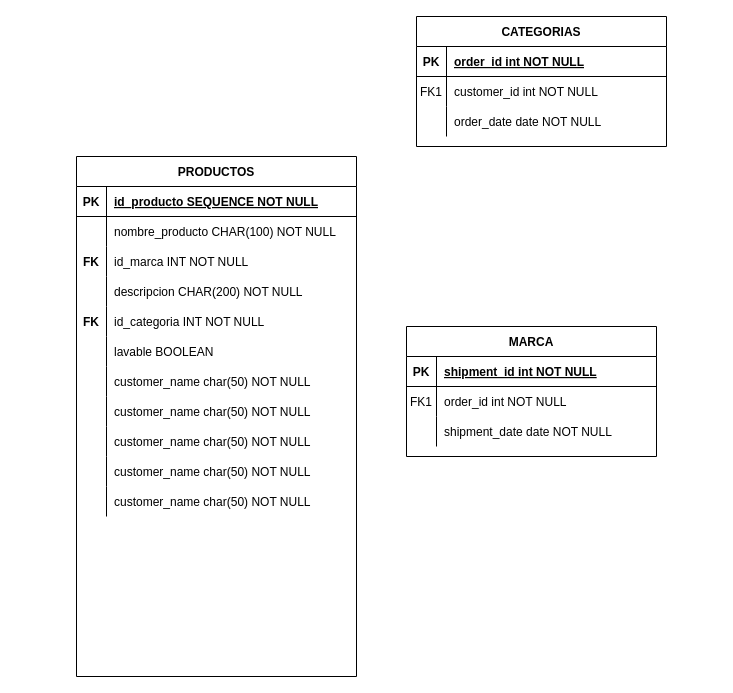
Above: DALU_ER_DB.drawio in Baer09/Dalu (draw.io), before the change. Source tidied: cells renumbered, new cells numbered last; positions are measured from the earlier drawing's top-left corner, leaving out a move shared by most shapes. Both pictures are drawn from the tidied source at 100%, with x=0, y=0 at pixel (76, 16).
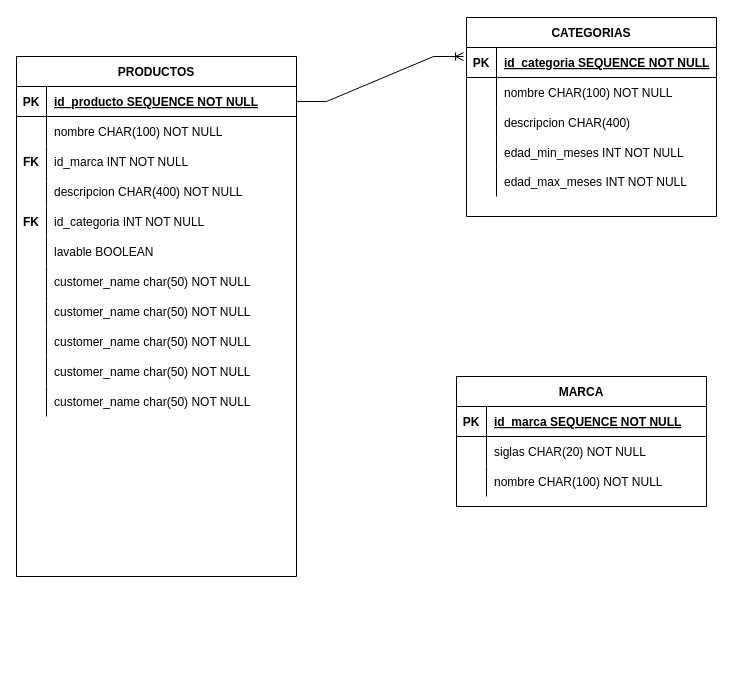
Above is the later version.

Unchanged cells that the change refers to:
```xml
<mxCell id="3" style="shape=partialRectangle;fillColor=none;points=[[0,0.5],[1,0.5]];portConstraint=eastwest;top=0;left=0;right=0;bottom=1;" parent="2" vertex="1">
  <mxGeometry y="30" width="250" height="30" as="geometry" />
</mxCell>
<mxCell id="6" style="shape=partialRectangle;fillColor=none;top=0;left=0;right=0;bottom=0;" parent="2" vertex="1">
  <mxGeometry y="60" width="250" height="30" as="geometry" />
</mxCell>
<mxCell id="9" style="shape=partialRectangle;fillColor=none;top=0;left=0;right=0;bottom=0;" parent="2" vertex="1">
  <mxGeometry y="90" width="250" height="30" as="geometry" />
</mxCell>
<mxCell id="13" style="shape=partialRectangle;fillColor=none;top=0;left=0;right=0;bottom=1;" parent="12" vertex="1">
  <mxGeometry y="30" width="250" height="30" as="geometry" />
</mxCell>
<mxCell id="16" style="shape=partialRectangle;fillColor=none;top=0;left=0;right=0;bottom=0;" parent="12" vertex="1">
  <mxGeometry y="60" width="250" height="30" as="geometry" />
</mxCell>
<mxCell id="19" style="shape=partialRectangle;fillColor=none;top=0;left=0;right=0;bottom=0;" parent="12" vertex="1">
  <mxGeometry y="90" width="250" height="30" as="geometry" />
</mxCell>
<mxCell id="23" style="shape=partialRectangle;fillColor=none;points=[[0,0.5],[1,0.5]];portConstraint=eastwest;top=0;left=0;right=0;bottom=1;" parent="22" vertex="1">
  <mxGeometry y="30" width="280" height="30" as="geometry" />
</mxCell>
<mxCell id="26" style="shape=partialRectangle;fillColor=none;top=0;left=0;right=0;bottom=0;" parent="22" vertex="1">
  <mxGeometry y="60" width="280" height="30" as="geometry" />
</mxCell>
<mxCell id="32" style="shape=partialRectangle;fillColor=none;top=0;left=0;right=0;bottom=0;" parent="22" vertex="1">
  <mxGeometry y="120" width="280" height="30" as="geometry" />
</mxCell>
```

Change to the diagram source:
```diff
@@
     <mxCell id="2" value="CATEGORIAS" style="shape=table;startSize=30;childLayout=tableLayout;rowLines=0;fontStyle=1;align=center;" parent="1" vertex="1">
-      <mxGeometry x="340" width="250" height="130" as="geometry" />
+      <mxGeometry x="390" y="1" width="250" height="199" as="geometry" />
     </mxCell>
@@
-    <mxCell id="5" value="order_id int NOT NULL " style="shape=partialRectangle;overflow=hidden;fillColor=none;top=0;left=0;bottom=0;right=0;align=left;spacingLeft=6;fontStyle=5;" parent="3" vertex="1">
+    <mxCell id="5" value="id_categoria SEQUENCE NOT NULL" style="shape=partialRectangle;overflow=hidden;fillColor=none;top=0;left=0;bottom=0;right=0;align=left;spacingLeft=6;fontStyle=5;" parent="3" vertex="1">
       <mxGeometry x="30" width="220" height="30" as="geometry" />
     </mxCell>
@@
-    <mxCell id="7" value="FK1" style="shape=partialRectangle;overflow=hidden;fillColor=none;top=0;left=0;bottom=0;right=0;" parent="6" vertex="1">
+    <mxCell id="7" style="shape=partialRectangle;overflow=hidden;fillColor=none;top=0;left=0;bottom=0;right=0;" parent="6" vertex="1">
       <mxGeometry width="30" height="30" as="geometry" />
     </mxCell>
-    <mxCell id="8" value="customer_id int NOT NULL" style="shape=partialRectangle;overflow=hidden;fillColor=none;top=0;left=0;bottom=0;right=0;align=left;spacingLeft=6;" parent="6" vertex="1">
+    <mxCell id="8" value="nombre CHAR(100) NOT NULL" style="shape=partialRectangle;overflow=hidden;fillColor=none;top=0;left=0;bottom=0;right=0;align=left;spacingLeft=6;" parent="6" vertex="1">
       <mxGeometry x="30" width="220" height="30" as="geometry" />
     </mxCell>
@@
-    <mxCell id="11" value="order_date date NOT NULL" style="shape=partialRectangle;overflow=hidden;fillColor=none;top=0;left=0;bottom=0;right=0;align=left;spacingLeft=6;" parent="9" vertex="1">
+    <mxCell id="11" value="descripcion CHAR(400)" style="shape=partialRectangle;overflow=hidden;fillColor=none;top=0;left=0;bottom=0;right=0;align=left;spacingLeft=6;" parent="9" vertex="1">
       <mxGeometry x="30" width="220" height="30" as="geometry" />
     </mxCell>
+    <mxCell id="56" style="shape=partialRectangle;fillColor=none;top=0;left=0;right=0;bottom=0;" parent="2" vertex="1">
+      <mxGeometry y="120" width="250" height="29" as="geometry" />
+    </mxCell>
+    <mxCell id="57" style="shape=partialRectangle;overflow=hidden;fillColor=none;top=0;left=0;bottom=0;right=0;" parent="56" vertex="1">
+      <mxGeometry width="30" height="29" as="geometry" />
+    </mxCell>
+    <mxCell id="58" value="edad_min_meses INT NOT NULL" style="shape=partialRectangle;overflow=hidden;fillColor=none;top=0;left=0;bottom=0;right=0;align=left;spacingLeft=6;" parent="56" vertex="1">
+      <mxGeometry x="30" width="220" height="29" as="geometry" />
+    </mxCell>
+    <mxCell id="59" style="shape=partialRectangle;fillColor=none;top=0;left=0;right=0;bottom=0;" parent="2" vertex="1">
+      <mxGeometry y="149" width="250" height="30" as="geometry" />
+    </mxCell>
+    <mxCell id="60" style="shape=partialRectangle;overflow=hidden;fillColor=none;top=0;left=0;bottom=0;right=0;" parent="59" vertex="1">
+      <mxGeometry width="30" height="30" as="geometry" />
+    </mxCell>
+    <mxCell id="61" value="edad_max_meses INT NOT NULL" style="shape=partialRectangle;overflow=hidden;fillColor=none;top=0;left=0;bottom=0;right=0;align=left;spacingLeft=6;" parent="59" vertex="1">
+      <mxGeometry x="30" width="220" height="30" as="geometry" />
+    </mxCell>
     <mxCell id="12" value="MARCA" style="shape=table;startSize=30;childLayout=tableLayout;rowLines=0;fontStyle=1;align=center;" parent="1" vertex="1">
-      <mxGeometry x="330" y="310" width="250" height="130" as="geometry" />
+      <mxGeometry x="380" y="360" width="250" height="130" as="geometry" />
     </mxCell>
@@
-    <mxCell id="15" value="shipment_id int NOT NULL " style="shape=partialRectangle;overflow=hidden;fillColor=none;top=0;left=0;bottom=0;right=0;align=left;spacingLeft=6;fontStyle=5;" parent="13" vertex="1">
+    <mxCell id="15" value="id_marca SEQUENCE NOT NULL" style="shape=partialRectangle;overflow=hidden;fillColor=none;top=0;left=0;bottom=0;right=0;align=left;spacingLeft=6;fontStyle=5;" parent="13" vertex="1">
       <mxGeometry x="30" width="220" height="30" as="geometry" />
     </mxCell>
@@
-    <mxCell id="17" value="FK1" style="shape=partialRectangle;overflow=hidden;fillColor=none;top=0;left=0;bottom=0;right=0;" parent="16" vertex="1">
+    <mxCell id="17" style="shape=partialRectangle;overflow=hidden;fillColor=none;top=0;left=0;bottom=0;right=0;" parent="16" vertex="1">
       <mxGeometry width="30" height="30" as="geometry" />
     </mxCell>
-    <mxCell id="18" value="order_id int NOT NULL" style="shape=partialRectangle;overflow=hidden;fillColor=none;top=0;left=0;bottom=0;right=0;align=left;spacingLeft=6;" parent="16" vertex="1">
+    <mxCell id="18" value="siglas CHAR(20) NOT NULL" style="shape=partialRectangle;overflow=hidden;fillColor=none;top=0;left=0;bottom=0;right=0;align=left;spacingLeft=6;" parent="16" vertex="1">
       <mxGeometry x="30" width="220" height="30" as="geometry" />
     </mxCell>
@@
-    <mxCell id="21" value="shipment_date date NOT NULL" style="shape=partialRectangle;overflow=hidden;fillColor=none;top=0;left=0;bottom=0;right=0;align=left;spacingLeft=6;" parent="19" vertex="1">
+    <mxCell id="21" value="nombre CHAR(100) NOT NULL" style="shape=partialRectangle;overflow=hidden;fillColor=none;top=0;left=0;bottom=0;right=0;align=left;spacingLeft=6;" parent="19" vertex="1">
       <mxGeometry x="30" width="220" height="30" as="geometry" />
     </mxCell>
     <mxCell id="22" value="PRODUCTOS" style="shape=table;startSize=30;childLayout=tableLayout;rowLines=0;fontStyle=1;align=center;" parent="1" vertex="1">
-      <mxGeometry y="140" width="280" height="520" as="geometry" />
+      <mxGeometry x="-60" y="40" width="280" height="520" as="geometry" />
     </mxCell>
@@
-    <mxCell id="28" value="nombre_producto CHAR(100) NOT NULL" style="shape=partialRectangle;overflow=hidden;fillColor=none;top=0;left=0;bottom=0;right=0;align=left;spacingLeft=6;" parent="26" vertex="1">
+    <mxCell id="28" value="nombre CHAR(100) NOT NULL" style="shape=partialRectangle;overflow=hidden;fillColor=none;top=0;left=0;bottom=0;right=0;align=left;spacingLeft=6;" parent="26" vertex="1">
       <mxGeometry x="30" width="250" height="30" as="geometry" />
     </mxCell>
@@
-    <mxCell id="34" value="descripcion CHAR(200) NOT NULL" style="shape=partialRectangle;overflow=hidden;fillColor=none;top=0;left=0;bottom=0;right=0;align=left;spacingLeft=6;" parent="32" vertex="1">
+    <mxCell id="34" value="descripcion CHAR(400) NOT NULL" style="shape=partialRectangle;overflow=hidden;fillColor=none;top=0;left=0;bottom=0;right=0;align=left;spacingLeft=6;" parent="32" vertex="1">
       <mxGeometry x="30" width="250" height="30" as="geometry" />
     </mxCell>
@@
+    <mxCell id="62" style="edgeStyle=entityRelationEdgeStyle;fontSize=12;html=1;endArrow=ERoneToMany;rounded=0;exitX=1;exitY=0.5;exitDx=0;exitDy=0;entryX=-0.012;entryY=0.3;entryDx=0;entryDy=0;entryPerimeter=0;" parent="1" edge="1" source="23" target="3">
+      <mxGeometry relative="1" as="geometry" />
+    </mxCell>
```
